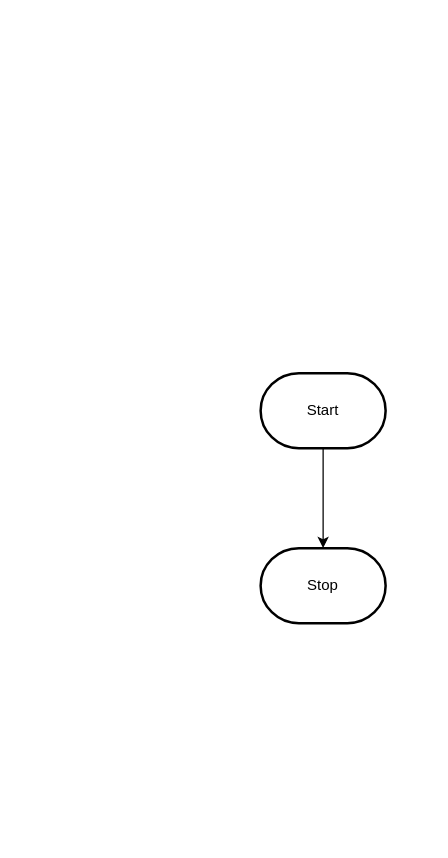
MTHS-ICS2O-2-2022/ICS2O-Unit-5-03-Yuri-Gabutero24 keeps this draw.io diagram as design/flowchart.drawio. Above is the earlier version. Source tidied: cells renumbered, new cells numbered last; positions are measured from the earlier drawing's top-left corner, leaving out a move shared by most shapes. Both pictures are drawn from the tidied source at 125%, with x=0, y=0 at pixel (260, 372).
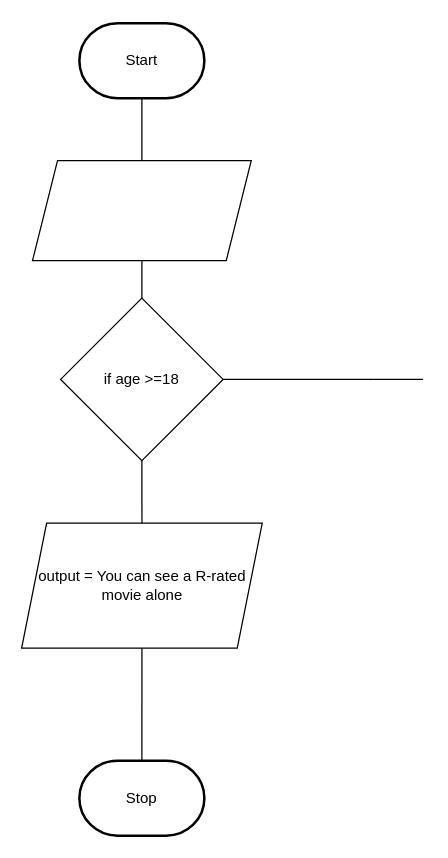
The same diagram, later.

Change to the diagram source:
```diff
@@
 <mxGraphModel>
   <root>
     <mxCell id="0" />
     <mxCell id="1" parent="0" />
-    <mxCell id="2" style="edgeStyle=orthogonalEdgeStyle;html=1;rounded=0;" parent="1" edge="1" source="3" target="4">
-      <mxGeometry relative="1" as="geometry" />
-    </mxCell>
     <mxCell id="3" value="Start" style="strokeWidth=2;html=1;shape=mxgraph.flowchart.terminator;whiteSpace=wrap;" parent="1" vertex="1">
-      <mxGeometry width="100" height="60" as="geometry" />
+      <mxGeometry x="-145" y="-280" width="100" height="60" as="geometry" />
     </mxCell>
+    <mxCell id="5" style="edgeStyle=none;rounded=0;html=1;entryX=0.5;entryY=1;entryDx=0;entryDy=0;strokeColor=default;endArrow=none;endFill=0;" parent="1" edge="1" source="4" target="9">
+      <mxGeometry relative="1" as="geometry" />
+    </mxCell>
     <mxCell id="4" value="Stop" style="strokeWidth=2;html=1;shape=mxgraph.flowchart.terminator;whiteSpace=wrap;" parent="1" vertex="1">
-      <mxGeometry y="140" width="100" height="60" as="geometry" />
+      <mxGeometry x="-145" y="310" width="100" height="60" as="geometry" />
     </mxCell>
+    <mxCell id="6" style="edgeStyle=orthogonalEdgeStyle;html=1;rounded=0;endArrow=none;" parent="1" edge="1" source="3" target="7">
+      <mxGeometry relative="1" as="geometry" />
+    </mxCell>
+    <mxCell id="7" style="shape=parallelogram;perimeter=parallelogramPerimeter;whiteSpace=wrap;html=1;fixedSize=1;" parent="1" vertex="1">
+      <mxGeometry x="-182.5" y="-170" width="175" height="80" as="geometry" />
+    </mxCell>
+    <mxCell id="8" style="edgeStyle=orthogonalEdgeStyle;html=1;rounded=0;startArrow=none;endArrow=none;" parent="1" edge="1" source="12" target="9">
+      <mxGeometry relative="1" as="geometry" />
+    </mxCell>
+    <mxCell id="9" value="output = You can see a R-rated movie alone" style="shape=parallelogram;perimeter=parallelogramPerimeter;whiteSpace=wrap;html=1;fixedSize=1;" parent="1" vertex="1">
+      <mxGeometry x="-191.2" y="120" width="192.5" height="100" as="geometry" />
+    </mxCell>
+    <mxCell id="10" style="edgeStyle=orthogonalEdgeStyle;html=1;rounded=0;startArrow=none;endArrow=none;" parent="1" edge="1" source="7" target="12">
+      <mxGeometry relative="1" as="geometry" />
+    </mxCell>
+    <mxCell id="11" style="edgeStyle=none;html=1;startArrow=none;endArrow=none;endFill=0;" parent="1" edge="1">
+      <mxGeometry relative="1" as="geometry">
+        <mxPoint x="90" y="5" as="sourcePoint" />
+        <mxPoint x="130" y="5" as="targetPoint" />
+      </mxGeometry>
+    </mxCell>
+    <mxCell id="12" value="if age &amp;gt;=18" style="rhombus;whiteSpace=wrap;html=1;" parent="1" vertex="1">
+      <mxGeometry x="-160" y="-60" width="130" height="130" as="geometry" />
+    </mxCell>
+    <mxCell id="13" style="edgeStyle=none;html=1;endArrow=none;" parent="1" edge="1" source="12">
+      <mxGeometry relative="1" as="geometry">
+        <mxPoint x="90" y="5" as="targetPoint" />
+      </mxGeometry>
+    </mxCell>
   </root>
 </mxGraphModel>
```
